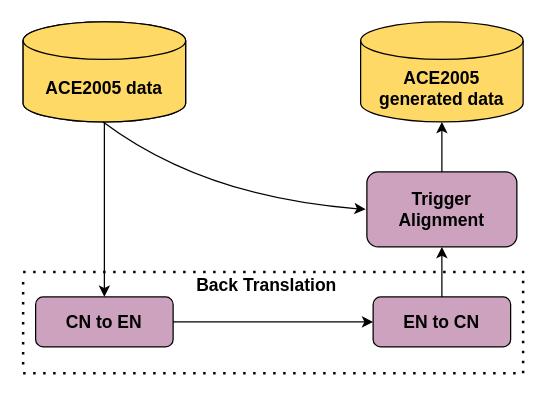
Earlier version of the draw.io diagram CN2EN.drawio (gitofding/first_repository). Source tidied: cells renumbered, new cells numbered last; positions are measured from the earlier drawing's top-left corner, leaving out a move shared by most shapes. Both pictures are drawn from the tidied source at 125%, with x=0, y=0 at pixel (22, 21).
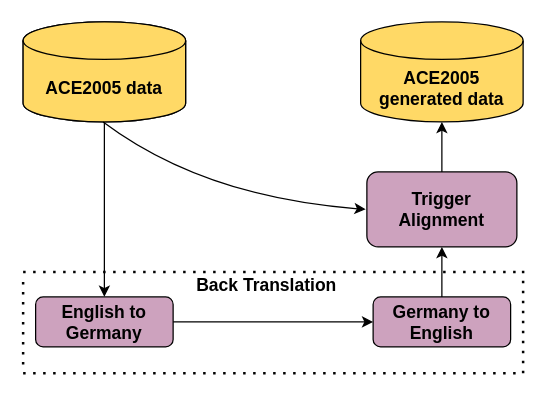
Above is the later version.

What changed in the source:
```diff
@@
-    <mxCell id="6" value="&lt;b&gt;&lt;font style=&quot;font-size: 14px&quot;&gt;CN to EN&lt;/font&gt;&lt;/b&gt;" style="text;html=1;strokeColor=none;fillColor=none;align=center;verticalAlign=middle;whiteSpace=wrap;rounded=0;" parent="1" vertex="1">
+    <mxCell id="6" value="&lt;b&gt;&lt;font style=&quot;font-size: 14px&quot;&gt;English to Germany&lt;/font&gt;&lt;/b&gt;" style="text;html=1;strokeColor=none;fillColor=none;align=center;verticalAlign=middle;whiteSpace=wrap;rounded=0;" parent="1" vertex="1">
       <mxGeometry x="20" y="220" width="90" height="40" as="geometry" />
     </mxCell>
@@
-    <mxCell id="8" value="&lt;b&gt;&lt;font style=&quot;font-size: 14px&quot;&gt;EN to CN&lt;/font&gt;&lt;/b&gt;" style="text;html=1;strokeColor=none;fillColor=none;align=center;verticalAlign=middle;whiteSpace=wrap;rounded=0;" parent="1" vertex="1">
+    <mxCell id="8" value="&lt;b&gt;&lt;font style=&quot;font-size: 14px&quot;&gt;Germany to English&lt;/font&gt;&lt;/b&gt;" style="text;html=1;strokeColor=none;fillColor=none;align=center;verticalAlign=middle;whiteSpace=wrap;rounded=0;" parent="1" vertex="1">
       <mxGeometry x="290" y="220" width="90" height="40" as="geometry" />
     </mxCell>
```
